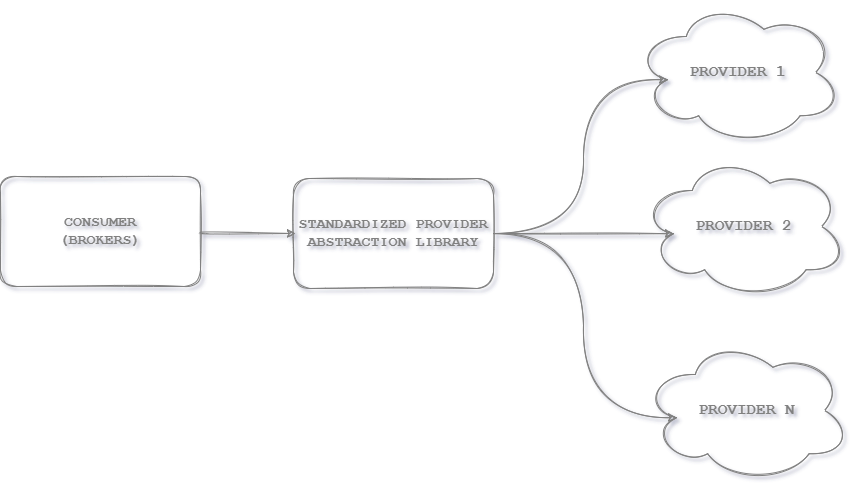
hassanhabib/The-Standard keeps this draw.io diagram as 1. Brokers/Resources/Brokers-1.8.0.png. Above is the earlier version. Source tidied: cells renumbered, new cells last; positions are measured from the earlier drawing's top-left corner, leaving out a move shared by most shapes.
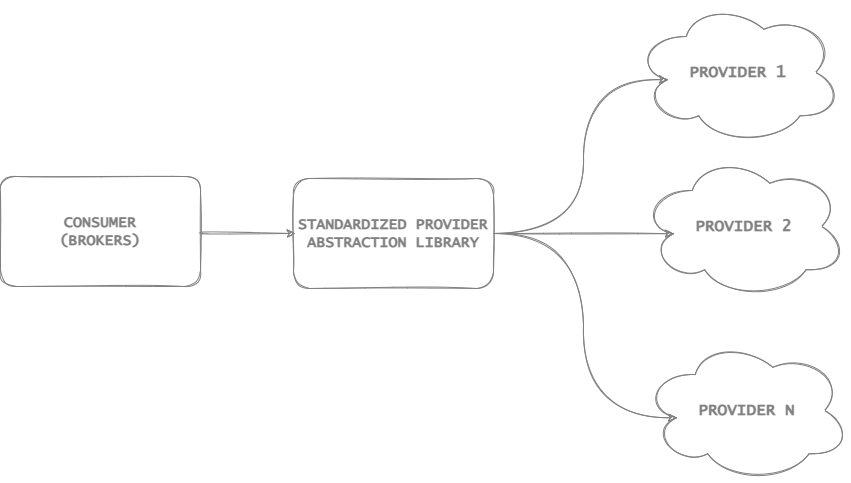
The same diagram one commit later.

Commit message:
CODE RUB: Update Provider Drawing

The edit, as a diff of the source:
```diff
@@ -2,15 +2,15 @@
   <root>
     <mxCell id="0" />
     <mxCell id="1" parent="0" />
-    <mxCell id="2" style="edgeStyle=none;html=1;entryX=0.087;entryY=0.513;entryDx=0;entryDy=0;entryPerimeter=0;sketch=1;curved=1;labelBackgroundColor=#808080;strokeColor=#808080;fontStyle=1;fontFamily=Courier New;" parent="1" edge="1" source="3">
+    <mxCell id="2" style="edgeStyle=none;html=1;entryX=0.087;entryY=0.513;entryDx=0;entryDy=0;entryPerimeter=0;labelBackgroundColor=#808080;strokeColor=#808080;fontStyle=1;fontFamily=Lucida Console;sketch=1;curved=1;rounded=1;" parent="1" edge="1" source="3">
       <mxGeometry relative="1" as="geometry">
         <mxPoint x="295" y="233.1" as="targetPoint" />
       </mxGeometry>
     </mxCell>
-    <mxCell id="3" value="&lt;font color=&quot;#808080&quot;&gt;&lt;span style=&quot;font-size: 15px&quot;&gt;CONSUMER&lt;br&gt;(BROKERS)&lt;br&gt;&lt;/span&gt;&lt;/font&gt;" style="rounded=1;whiteSpace=wrap;html=1;sketch=1;fillColor=none;fontSize=11;labelBackgroundColor=none;strokeColor=#808080;fontStyle=1;fontFamily=Courier New;" parent="1" vertex="1">
+    <mxCell id="3" value="&lt;font color=&quot;#808080&quot;&gt;&lt;span style=&quot;font-size: 15px&quot;&gt;CONSUMER&lt;br&gt;(BROKERS)&lt;br&gt;&lt;/span&gt;&lt;/font&gt;" style="rounded=1;whiteSpace=wrap;html=1;fillColor=none;fontSize=11;labelBackgroundColor=none;strokeColor=#808080;fontStyle=1;fontFamily=Lucida Console;sketch=1;" parent="1" vertex="1">
       <mxGeometry y="176" width="200" height="110" as="geometry" />
     </mxCell>
-    <mxCell id="4" style="edgeStyle=orthogonalEdgeStyle;rounded=1;jettySize=auto;html=1;entryX=0.16;entryY=0.55;entryDx=0;entryDy=0;entryPerimeter=0;strokeColor=#808080;sketch=1;curved=1;" parent="1" edge="1" source="7" target="8">
+    <mxCell id="4" style="edgeStyle=orthogonalEdgeStyle;rounded=1;jettySize=auto;html=1;entryX=0.16;entryY=0.55;entryDx=0;entryDy=0;entryPerimeter=0;strokeColor=#808080;sketch=1;curved=1;fontFamily=Lucida Console;" parent="1" edge="1" source="7" target="8">
       <mxGeometry relative="1" as="geometry">
         <Array as="points">
           <mxPoint x="583" y="233" />
@@ -18,10 +18,10 @@
         </Array>
       </mxGeometry>
     </mxCell>
-    <mxCell id="5" style="edgeStyle=orthogonalEdgeStyle;rounded=1;jettySize=auto;html=1;entryX=0.16;entryY=0.55;entryDx=0;entryDy=0;entryPerimeter=0;strokeColor=#808080;sketch=1;curved=1;" parent="1" edge="1" source="7" target="9">
+    <mxCell id="5" style="edgeStyle=orthogonalEdgeStyle;rounded=1;jettySize=auto;html=1;entryX=0.16;entryY=0.55;entryDx=0;entryDy=0;entryPerimeter=0;strokeColor=#808080;sketch=1;curved=1;fontFamily=Lucida Console;" parent="1" edge="1" source="7" target="9">
       <mxGeometry relative="1" as="geometry" />
     </mxCell>
-    <mxCell id="6" style="edgeStyle=orthogonalEdgeStyle;rounded=1;jettySize=auto;html=1;entryX=0.16;entryY=0.55;entryDx=0;entryDy=0;entryPerimeter=0;strokeColor=#808080;sketch=1;curved=1;" parent="1" edge="1" source="7" target="10">
+    <mxCell id="6" style="edgeStyle=orthogonalEdgeStyle;rounded=1;jettySize=auto;html=1;entryX=0.16;entryY=0.55;entryDx=0;entryDy=0;entryPerimeter=0;strokeColor=#808080;sketch=1;curved=1;fontFamily=Lucida Console;" parent="1" edge="1" source="7" target="10">
       <mxGeometry relative="1" as="geometry">
         <Array as="points">
           <mxPoint x="583" y="233" />
@@ -29,16 +29,16 @@
         </Array>
       </mxGeometry>
     </mxCell>
-    <mxCell id="7" value="&lt;font color=&quot;#808080&quot;&gt;&lt;span style=&quot;font-size: 15px&quot;&gt;STANDARDIZED PROVIDER ABSTRACTION LIBRARY&lt;br&gt;&lt;/span&gt;&lt;/font&gt;" style="rounded=1;whiteSpace=wrap;html=1;sketch=1;fillColor=none;fontSize=11;labelBackgroundColor=none;strokeColor=#808080;fontStyle=1;fontFamily=Courier New;" parent="1" vertex="1">
+    <mxCell id="7" value="&lt;font color=&quot;#808080&quot;&gt;&lt;span style=&quot;font-size: 15px&quot;&gt;STANDARDIZED PROVIDER ABSTRACTION LIBRARY&lt;br&gt;&lt;/span&gt;&lt;/font&gt;" style="rounded=1;whiteSpace=wrap;html=1;fillColor=none;fontSize=11;labelBackgroundColor=none;strokeColor=#808080;fontStyle=1;fontFamily=Lucida Console;sketch=1;" parent="1" vertex="1">
       <mxGeometry x="293" y="178" width="200" height="110" as="geometry" />
     </mxCell>
-    <mxCell id="8" value="PROVIDER 1" style="ellipse;shape=cloud;whiteSpace=wrap;html=1;strokeColor=#808080;fontColor=#808080;sketch=1;rounded=1;fontStyle=1;fontSize=16;fontFamily=Courier New;labelBackgroundColor=none;fillColor=none;" parent="1" vertex="1">
+    <mxCell id="8" value="&lt;font&gt;PROVIDER 1&lt;/font&gt;" style="ellipse;shape=cloud;whiteSpace=wrap;html=1;strokeColor=#808080;fontColor=#808080;rounded=1;fontStyle=1;fontSize=16;fontFamily=Lucida Console;labelBackgroundColor=none;fillColor=none;sketch=1;" parent="1" vertex="1">
       <mxGeometry x="634" width="207" height="144" as="geometry" />
     </mxCell>
-    <mxCell id="9" value="PROVIDER 2" style="ellipse;shape=cloud;whiteSpace=wrap;html=1;strokeColor=#808080;fontColor=#808080;sketch=1;rounded=1;fontStyle=1;fontSize=16;fontFamily=Courier New;labelBackgroundColor=none;fillColor=none;" parent="1" vertex="1">
+    <mxCell id="9" value="PROVIDER 2" style="ellipse;shape=cloud;whiteSpace=wrap;html=1;strokeColor=#808080;fontColor=#808080;rounded=1;fontStyle=1;fontSize=16;fontFamily=Lucida Console;labelBackgroundColor=none;fillColor=none;sketch=1;" parent="1" vertex="1">
       <mxGeometry x="640" y="154" width="207" height="144" as="geometry" />
     </mxCell>
-    <mxCell id="10" value="PROVIDER N" style="ellipse;shape=cloud;whiteSpace=wrap;html=1;strokeColor=#808080;fontColor=#808080;sketch=1;rounded=1;fontStyle=1;fontSize=16;fontFamily=Courier New;labelBackgroundColor=none;fillColor=none;" parent="1" vertex="1">
+    <mxCell id="10" value="PROVIDER N" style="ellipse;shape=cloud;whiteSpace=wrap;html=1;strokeColor=#808080;fontColor=#808080;rounded=1;fontStyle=1;fontSize=16;fontFamily=Lucida Console;labelBackgroundColor=none;fillColor=none;sketch=1;" parent="1" vertex="1">
       <mxGeometry x="643" y="338" width="207" height="144" as="geometry" />
     </mxCell>
   </root>
```
